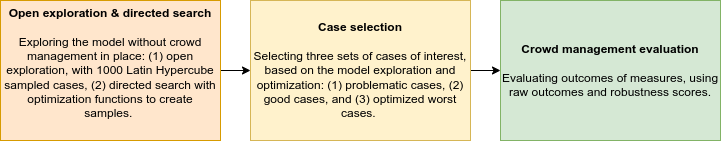
Above: figures/experimentalFlow.png in floristevito/CrowdSim (draw.io), before the change. Source tidied: cells renumbered, new cells last; positions are measured from the earlier drawing's top-left corner, leaving out a move shared by most shapes.
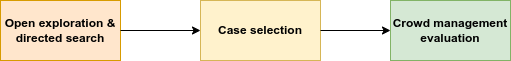
Later version of the same file.

Change to the diagram source:
```diff
@@ -2,20 +2,20 @@
   <root>
     <mxCell id="0" />
     <mxCell id="1" parent="0" />
-    <mxCell id="2" style="edgeStyle=orthogonalEdgeStyle;rounded=0;jettySize=auto;html=1;exitX=1;exitY=0.5;exitDx=0;exitDy=0;entryX=0;entryY=0.5;entryDx=0;entryDy=0;" parent="1" edge="1" source="3" target="5">
-      <mxGeometry relative="1" as="geometry" />
+    <mxCell id="2" value="&lt;b&gt;Open exploration &amp;amp; directed search&lt;/b&gt;" style="rounded=0;whiteSpace=wrap;html=1;fillColor=#ffe6cc;strokeColor=#d79b00;" parent="1" vertex="1">
+      <mxGeometry x="-200" width="120" height="60" as="geometry" />
     </mxCell>
-    <mxCell id="3" value="&lt;b&gt;Open exploration &amp;amp; directed search&lt;/b&gt;&lt;br&gt;&lt;br&gt;Exploring the model without crowd management in place: (1) open exploration, with 1000 Latin Hypercube sampled cases, (2) directed search with optimization functions to create samples.&amp;nbsp;&lt;b&gt;&lt;br&gt;&lt;/b&gt;&lt;span style=&quot;color: rgba(0, 0, 0, 0); font-family: monospace; font-size: 0px; text-align: start;&quot;&gt;%3CmxGraphModel%3E%3Croot%3E%3CmxCell%20id%3D%220%22%2F%3E%3CmxCell%20id%3D%221%22%20parent%3D%220%22%2F%3E%3CmxCell%20id%3D%222%22%20style%3D%22edgeStyle%3DorthogonalEdgeStyle%3Brounded%3D0%3BorthogonalLoop%3D1%3BjettySize%3Dauto%3Bhtml%3D1%3BexitX%3D1%3BexitY%3D0.5%3BexitDx%3D0%3BexitDy%3D0%3BentryX%3D0%3BentryY%3D0.5%3BentryDx%3D0%3BentryDy%3D0%3B%22%20edge%3D%221%22%20source%3D%223%22%20target%3D%225%22%20parent%3D%221%22%3E%3CmxGeometry%20relative%3D%221%22%20as%3D%22geometry%22%2F%3E%3C%2FmxCell%3E%3CmxCell%20id%3D%223%22%20value%3D%22%26lt%3Bb%26gt%3BOpen%20exploration%20%26amp%3Bamp%3B%20directed%20search%26lt%3B%2Fb%26gt%3B%22%20style%3D%22rounded%3D0%3BwhiteSpace%3Dwrap%3Bhtml%3D1%3BfillColor%3D%23ffe6cc%3BstrokeColor%3D%23d79b00%3B%22%20vertex%3D%221%22%20parent%3D%221%22%3E%3CmxGeometry%20x%3D%2240%22%20y%3D%22920%22%20width%3D%22200%22%20height%3D%2260%22%20as%3D%22geometry%22%2F%3E%3C%2FmxCell%3E%3CmxCell%20id%3D%224%22%20style%3D%22edgeStyle%3DorthogonalEdgeStyle%3Brounded%3D0%3BorthogonalLoop%3D1%3BjettySize%3Dauto%3Bhtml%3D1%3BexitX%3D1%3BexitY%3D0.5%3BexitDx%3D0%3BexitDy%3D0%3BentryX%3D0%3BentryY%3D0.5%3BentryDx%3D0%3BentryDy%3D0%3B%22%20edge%3D%221%22%20source%3D%225%22%20target%3D%226%22%20parent%3D%221%22%3E%3CmxGeometry%20relative%3D%221%22%20as%3D%22geometry%22%2F%3E%3C%2FmxCell%3E%3CmxCell%20id%3D%225%22%20value%3D%22%26lt%3Bb%26gt%3BCase%20selection%26lt%3B%2Fb%26gt%3B%22%20style%3D%22rounded%3D0%3BwhiteSpace%3Dwrap%3Bhtml%3D1%3BfillColor%3D%23fff2cc%3BstrokeColor%3D%23d6b656%3B%22%20vertex%3D%221%22%20parent%3D%221%22%3E%3CmxGeometry%20x%3D%22270%22%20y%3D%22920%22%20width%3D%22200%22%20height%3D%2260%22%20as%3D%22geometry%22%2F%3E%3C%2FmxCell%3E%3CmxCell%20id%3D%226%22%20value%3D%22%26lt%3Bb%26gt%3BControl%20strategy%20evaluation%26lt%3B%2Fb%26gt%3B%22%20style%3D%22rounded%3D0%3BwhiteSpace%3Dwrap%3Bhtml%3D1%3BfillColor%3D%23d5e8d4%3BstrokeColor%3D%2382b366%3B%22%20vertex%3D%221%22%20parent%3D%221%22%3E%3CmxGeometry%20x%3D%22500%22%20y%3D%22920%22%20width%3D%22200%22%20height%3D%2260%22%20as%3D%22geometry%22%2F%3E%3C%2FmxCell%3E%3CmxCell%20id%3D%227%22%20value%3D%22Exploring%20the%20model%20without%20control%20strategies%20in%20place%3A%20(1)%20open%20exploration%2C%20with%201000%20Latin%20Hypercube%20samples%20cases%2C%20(2)%20directed%20search%20with%20optimization%20functions%20to%20create%20samples.%26amp%3Bnbsp%3B%22%20style%3D%22rounded%3D0%3BwhiteSpace%3Dwrap%3Bhtml%3D1%3BfillColor%3D%23ffe6cc%3BstrokeColor%3D%23D79B00%3B%22%20vertex%3D%221%22%20parent%3D%221%22%3E%3CmxGeometry%20x%3D%2240%22%20y%3D%221000%22%20width%3D%22200%22%20height%3D%22110%22%20as%3D%22geometry%22%2F%3E%3C%2FmxCell%3E%3CmxCell%20id%3D%228%22%20value%3D%22Selecting%20thee%20sets%20of%20cases%20of%20interest%2C%20based%20on%20the%20model%20exploration%20and%20optimization%3A%20(1)%20problematic%20cased%2C%20(2)%20good%20cased%2C%20and%20(3)%20optimized%20worst%20cases.%26amp%3Bnbsp%3B%22%20style%3D%22rounded%3D0%3BwhiteSpace%3Dwrap%3Bhtml%3D1%3BfillColor%3D%23fff2cc%3BstrokeColor%3D%23d6b656%3B%22%20vertex%3D%221%22%20parent%3D%221%22%3E%3CmxGeometry%20x%3D%22270%22%20y%3D%221000%22%20width%3D%22200%22%20height%3D%22110%22%20as%3D%22geometry%22%2F%3E%3C%2FmxCell%3E%3CmxCell%20id%3D%229%22%20value%3D%22%26lt%3Bspan%20style%3D%26quot%3Btext-align%3A%20left%3B%26quot%3B%26gt%3BEvaluating%20outcomes%20of%20control%20strategies%2C%20using%20raw%20outcomes%20and%20robustness%20scores.%26lt%3B%2Fspan%26gt%3B%22%20style%3D%22rounded%3D0%3BwhiteSpace%3Dwrap%3Bhtml%3D1%3BfillColor%3D%23d5e8d4%3BstrokeColor%3D%2382b366%3B%22%20vertex%3D%221%22%20parent%3D%221%22%3E%3CmxGeometry%20x%3D%22500%22%20y%3D%221000%22%20width%3D%22200%22%20height%3D%22110%22%20as%3D%22geometry%22%2F%3E%3C%2FmxCell%3E%3C%2Froot%3E%3C%2FmxGraphModel%3E&lt;/span&gt;&lt;b&gt;&lt;br&gt;&lt;/b&gt;" style="rounded=0;whiteSpace=wrap;html=1;fillColor=#ffe6cc;strokeColor=#d79b00;" parent="1" vertex="1">
-      <mxGeometry width="220" height="140" as="geometry" />
+    <mxCell id="3" value="&lt;b&gt;Case selection&lt;/b&gt;" style="rounded=0;whiteSpace=wrap;html=1;fillColor=#fff2cc;strokeColor=#d6b656;" parent="1" vertex="1">
+      <mxGeometry width="120" height="60" as="geometry" />
     </mxCell>
-    <mxCell id="4" style="edgeStyle=orthogonalEdgeStyle;rounded=0;jettySize=auto;html=1;exitX=1;exitY=0.5;exitDx=0;exitDy=0;entryX=0;entryY=0.5;entryDx=0;entryDy=0;" parent="1" edge="1" source="5" target="6">
-      <mxGeometry relative="1" as="geometry" />
+    <mxCell id="4" value="&lt;b&gt;Crowd management evaluation&lt;/b&gt;" style="rounded=0;whiteSpace=wrap;html=1;fillColor=#d5e8d4;strokeColor=#82b366;" parent="1" vertex="1">
+      <mxGeometry x="190" width="120" height="60" as="geometry" />
     </mxCell>
-    <mxCell id="5" value="&lt;b&gt;Case selection&lt;br&gt;&lt;br&gt;&lt;/b&gt;Selecting three sets of cases of interest, based on the model exploration and optimization: (1) problematic cases, (2) good cases, and (3) optimized worst cases.&amp;nbsp;" style="rounded=0;whiteSpace=wrap;html=1;fillColor=#fff2cc;strokeColor=#d6b656;" parent="1" vertex="1">
-      <mxGeometry x="250" width="220" height="140" as="geometry" />
+    <mxCell id="5" style="edgeStyle=orthogonalEdgeStyle;rounded=0;jettySize=auto;html=1;exitX=1;exitY=0.5;exitDx=0;exitDy=0;entryX=0;entryY=0.5;entryDx=0;entryDy=0;" parent="1" edge="1" source="2" target="3">
+      <mxGeometry relative="1" as="geometry" />
     </mxCell>
-    <mxCell id="6" value="&lt;b&gt;Crowd management evaluation&lt;br&gt;&lt;br&gt;&lt;/b&gt;&lt;span style=&quot;text-align: left;&quot;&gt;Evaluating outcomes of measures, using raw outcomes and robustness scores.&lt;/span&gt;&lt;b&gt;&lt;br&gt;&lt;/b&gt;" style="rounded=0;whiteSpace=wrap;html=1;fillColor=#d5e8d4;strokeColor=#82b366;" parent="1" vertex="1">
-      <mxGeometry x="500" width="220" height="140" as="geometry" />
+    <mxCell id="6" style="edgeStyle=orthogonalEdgeStyle;rounded=0;jettySize=auto;html=1;exitX=1;exitY=0.5;exitDx=0;exitDy=0;entryX=0;entryY=0.5;entryDx=0;entryDy=0;" parent="1" edge="1" source="3" target="4">
+      <mxGeometry relative="1" as="geometry" />
     </mxCell>
   </root>
 </mxGraphModel>
```
